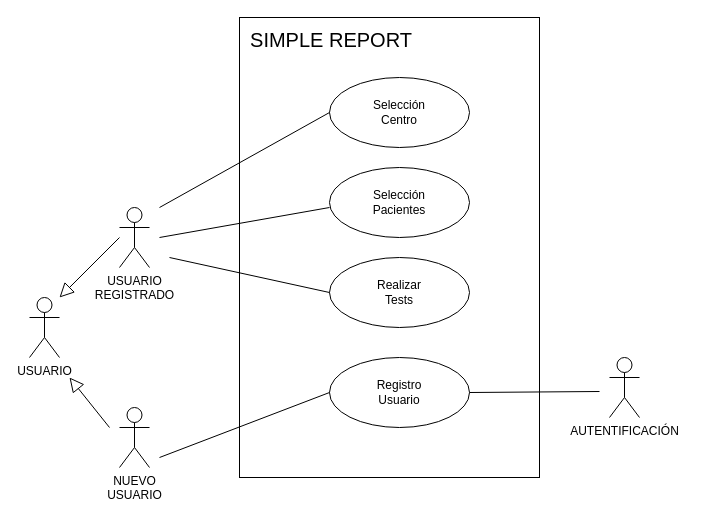
The draw.io diagram Vista de Escenarios.drawio in pardo-13/AISS-Proyecto-Arquitectura, before the edit. Source tidied: cells renumbered, new cells numbered last; positions are measured from the earlier drawing's top-left corner, leaving out a move shared by most shapes. Both pictures are drawn from the tidied source at 100%, with x=0, y=0 at pixel (29, 17).
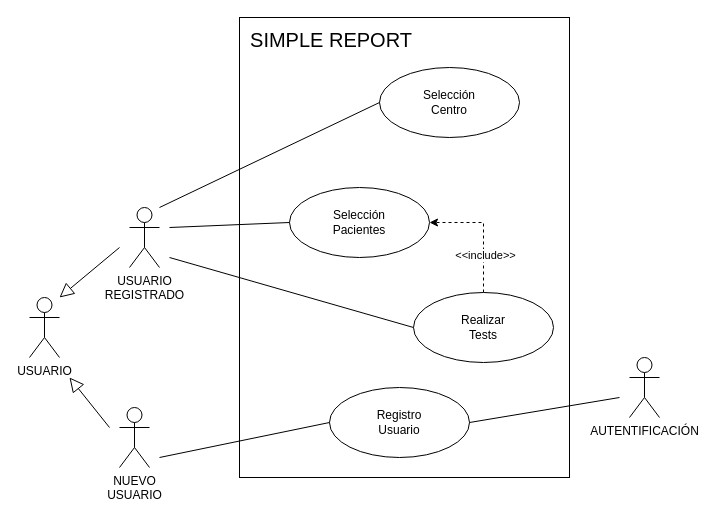
The same diagram, later.

Diff of the diagram source:
```diff
@@
     <mxCell id="3" style="rounded=0;whiteSpace=wrap;html=1;" parent="1" vertex="1">
-      <mxGeometry x="210" width="300" height="460" as="geometry" />
+      <mxGeometry x="210" width="330" height="460" as="geometry" />
     </mxCell>
@@
     <mxCell id="5" style="edgeStyle=none;html=1;endArrow=block;endFill=0;endSize=12;verticalAlign=bottom;rounded=0;" parent="1" edge="1">
       <mxGeometry relative="1" as="geometry">
-        <mxPoint x="90" y="220" as="sourcePoint" />
+        <mxPoint x="90" y="230" as="sourcePoint" />
         <mxPoint x="30" y="280" as="targetPoint" />
       </mxGeometry>
     </mxCell>
     <mxCell id="6" value="USUARIO&lt;div&gt;REGISTRADO&lt;/div&gt;" style="shape=umlActor;html=1;verticalLabelPosition=bottom;verticalAlign=top;align=center;" parent="1" vertex="1">
-      <mxGeometry x="90" y="190" width="30" height="60" as="geometry" />
+      <mxGeometry x="100" y="190" width="30" height="60" as="geometry" />
     </mxCell>
@@
     <mxCell id="9" value="Registro&lt;div&gt;Usuario&lt;/div&gt;" style="ellipse;whiteSpace=wrap;html=1;" parent="1" vertex="1">
-      <mxGeometry x="300" y="340" width="140" height="70" as="geometry" />
+      <mxGeometry x="300" y="370" width="140" height="70" as="geometry" />
     </mxCell>
@@
     <mxCell id="11" value="Selección&lt;div&gt;Centro&lt;/div&gt;" style="ellipse;whiteSpace=wrap;html=1;" parent="1" vertex="1">
-      <mxGeometry x="300" y="60" width="140" height="70" as="geometry" />
+      <mxGeometry x="350" y="50" width="140" height="70" as="geometry" />
     </mxCell>
     <mxCell id="12" value="Selección&lt;div&gt;Pacientes&lt;/div&gt;" style="ellipse;whiteSpace=wrap;html=1;" parent="1" vertex="1">
-      <mxGeometry x="300" y="150" width="140" height="70" as="geometry" />
+      <mxGeometry x="260" y="170" width="140" height="70" as="geometry" />
     </mxCell>
+    <mxCell id="19" style="edgeStyle=orthogonalEdgeStyle;rounded=0;jettySize=auto;html=1;entryX=1;entryY=0.5;entryDx=0;entryDy=0;dashed=1;" parent="1" edge="1" source="13" target="12">
+      <mxGeometry relative="1" as="geometry" />
+    </mxCell>
+    <mxCell id="20" value="&amp;lt;&amp;lt;include&amp;gt;&amp;gt;" style="edgeLabel;html=1;align=center;verticalAlign=middle;" parent="19" vertex="1">
+      <mxGeometry x="-0.39" y="-1" relative="1" as="geometry" />
+    </mxCell>
     <mxCell id="13" value="Realizar&lt;div&gt;Tests&lt;/div&gt;" style="ellipse;whiteSpace=wrap;html=1;" parent="1" vertex="1">
-      <mxGeometry x="300" y="240" width="140" height="70" as="geometry" />
+      <mxGeometry x="384" y="275" width="140" height="70" as="geometry" />
     </mxCell>
@@
-    <mxCell id="15" style="edgeStyle=none;html=1;endArrow=none;verticalAlign=bottom;rounded=0;" parent="1" edge="1">
-      <mxGeometry relative="1" as="geometry">
-        <mxPoint x="130" y="220" as="sourcePoint" />
-        <mxPoint x="300" y="190" as="targetPoint" />
-      </mxGeometry>
-    </mxCell>
@@
     <mxCell id="17" value="AUTENTIFICACIÓN" style="shape=umlActor;html=1;verticalLabelPosition=bottom;verticalAlign=top;align=center;" parent="1" vertex="1">
-      <mxGeometry x="580" y="340" width="30" height="60" as="geometry" />
+      <mxGeometry x="600" y="340" width="30" height="60" as="geometry" />
     </mxCell>
     <mxCell id="18" style="edgeStyle=none;html=1;endArrow=none;verticalAlign=bottom;rounded=0;exitX=1;exitY=0.5;exitDx=0;exitDy=0;" parent="1" edge="1" source="9">
       <mxGeometry relative="1" as="geometry">
-        <mxPoint x="570" y="374" as="targetPoint" />
+        <mxPoint x="590" y="380" as="targetPoint" />
       </mxGeometry>
     </mxCell>
+    <mxCell id="21" style="edgeStyle=none;html=1;endArrow=none;verticalAlign=bottom;rounded=0;entryX=0;entryY=0.5;entryDx=0;entryDy=0;" parent="1" edge="1" target="12">
+      <mxGeometry relative="1" as="geometry">
+        <mxPoint x="140" y="210" as="sourcePoint" />
+      </mxGeometry>
+    </mxCell>
```
